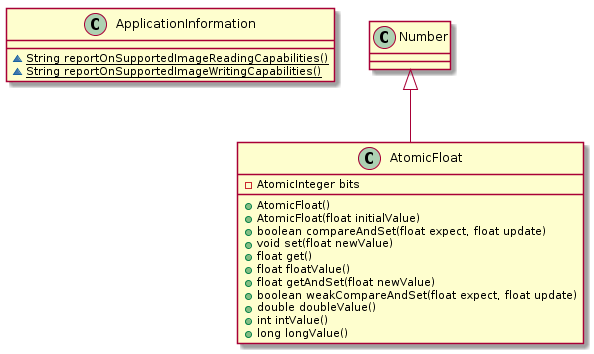
The PlantUML diagram docs/minor_support_classes.png in mrobbeloth/obstruction, before a commit.
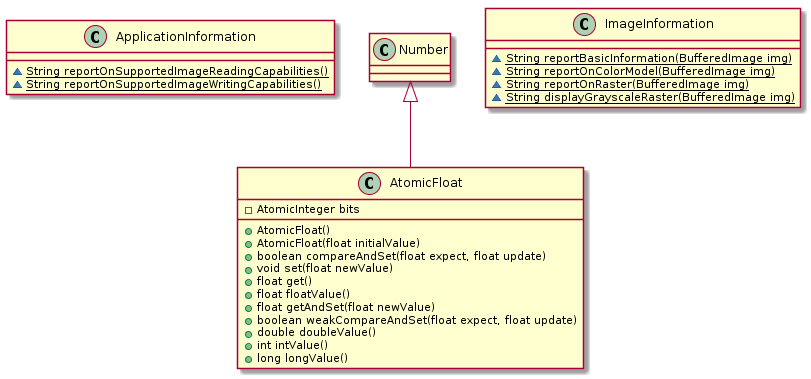
The same diagram one commit later.

Commit message:
Forgot to add the ImageInformation minor support class

The edit, as a diff of the source:
```diff
@@ -24,4 +24,12 @@
 }
 Number <|-- AtomicFloat
 
+
+class ImageInformation [[java:robbeloth.research.ImageInformation]] {
+	~{static}String reportBasicInformation(BufferedImage img)
+	~{static}String reportOnColorModel(BufferedImage img)
+	~{static}String reportOnRaster(BufferedImage img)
+	~{static}String displayGrayscaleRaster(BufferedImage img)
+}
+
 @enduml
```
